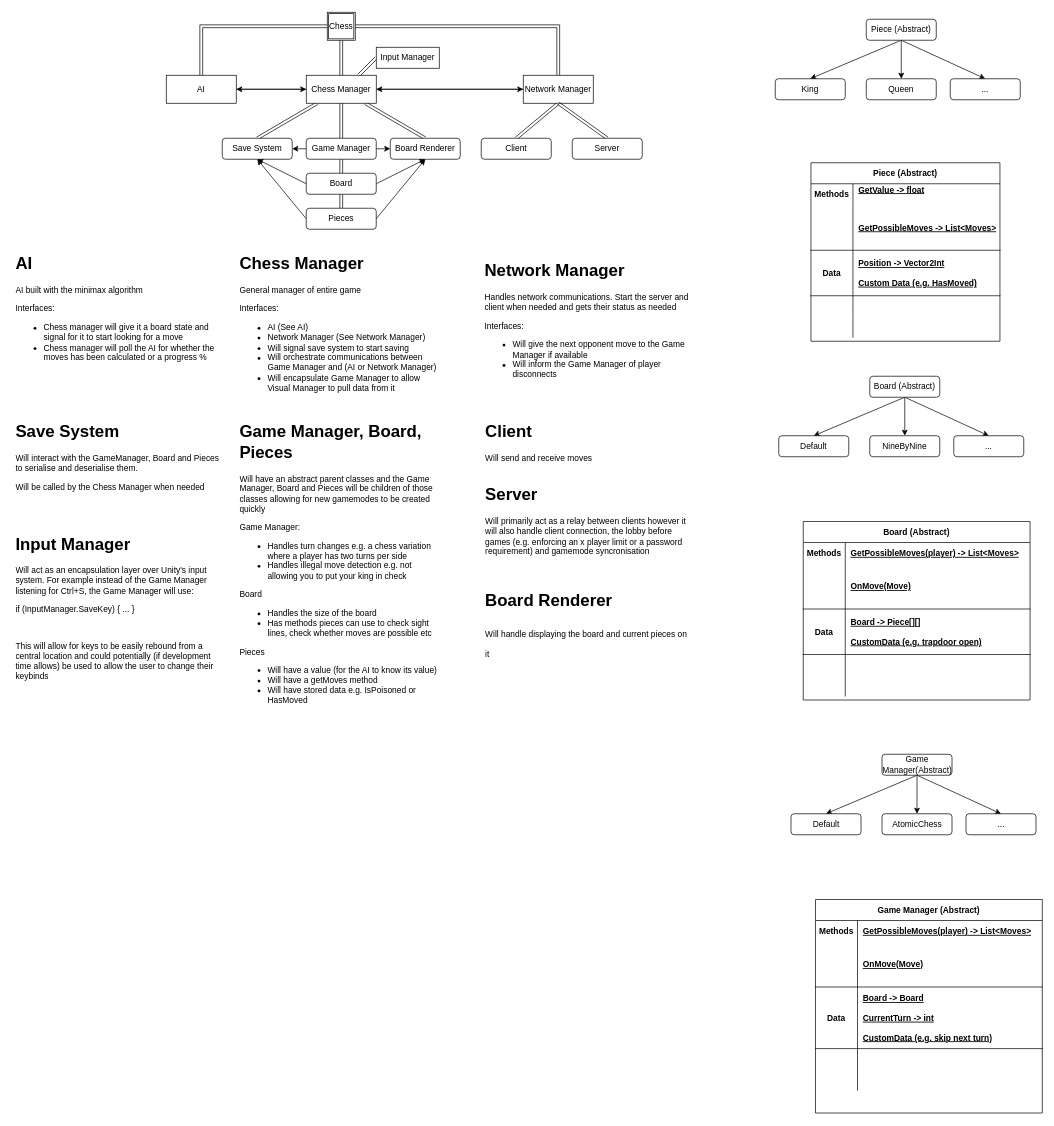
Robert-M-Lucas/NEA keeps this draw.io diagram as page "Overview" (1 of 5) of Plan Diagram (draw.io).drawio. Above is the earlier version. Source tidied: cells renumbered, new cells numbered last; positions are measured from the earlier drawing's top-left corner, leaving out a move shared by most shapes. Both pictures are drawn from the tidied source at 70%, with x=0, y=0 at pixel (12, 12).
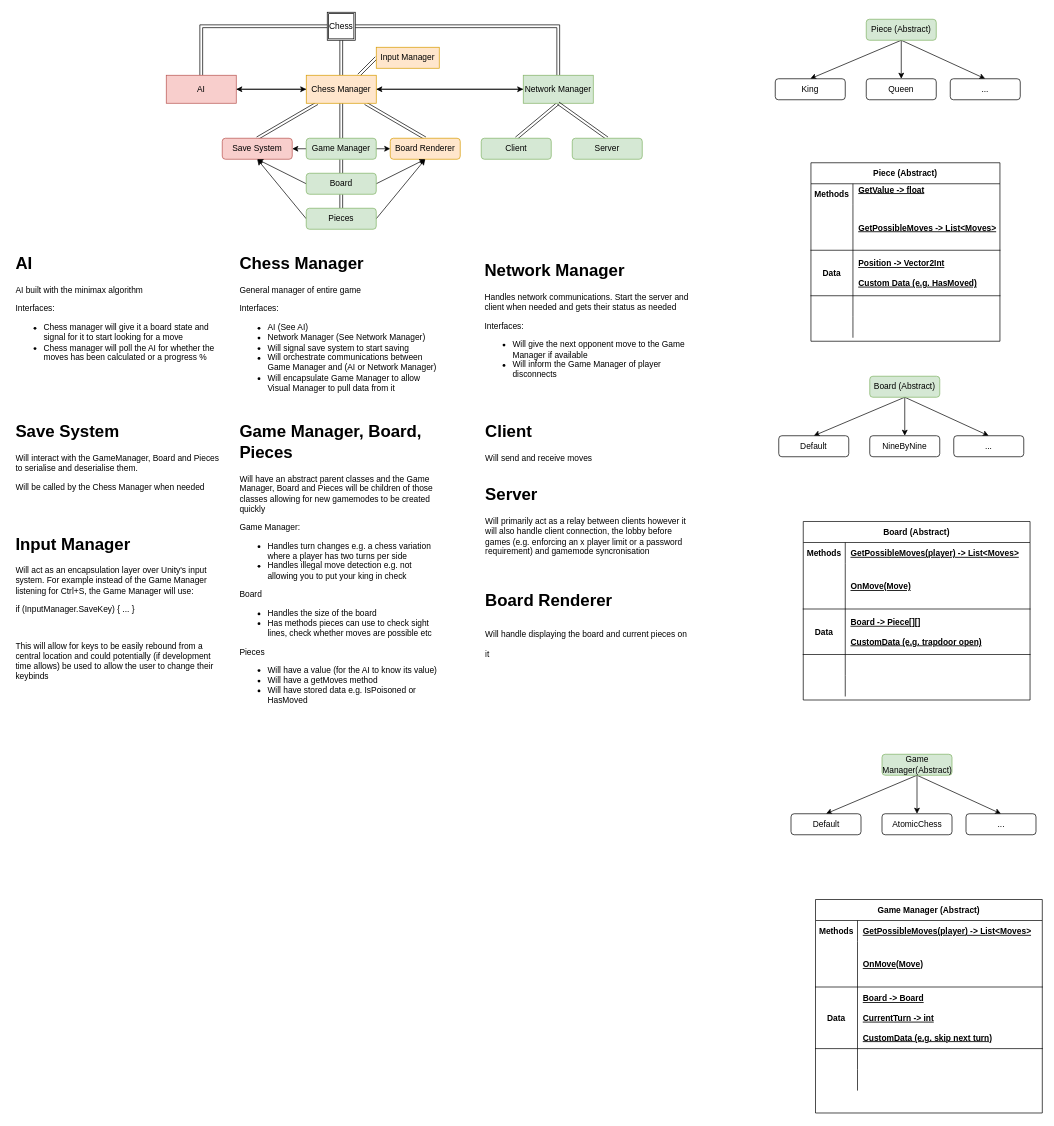
The same page after the edit.

Change to the diagram source:
```diff
@@
-    <mxCell id="12" value="Chess Manager" style="rounded=0;whiteSpace=wrap;html=1;" parent="1" vertex="1">
+    <mxCell id="12" value="Chess Manager" style="rounded=0;whiteSpace=wrap;html=1;fillColor=#ffe6cc;strokeColor=#d79b00;" parent="1" vertex="1">
       <mxGeometry x="420" y="90" width="100" height="40" as="geometry" />
     </mxCell>
@@
-    <mxCell id="14" value="AI" style="rounded=0;whiteSpace=wrap;html=1;" parent="1" vertex="1">
+    <mxCell id="14" value="AI" style="rounded=0;whiteSpace=wrap;html=1;fillColor=#f8cecc;strokeColor=#b85450;" parent="1" vertex="1">
       <mxGeometry x="220" y="90" width="100" height="40" as="geometry" />
     </mxCell>
@@
-    <mxCell id="17" value="Network Manager" style="rounded=0;whiteSpace=wrap;html=1;" parent="1" vertex="1">
+    <mxCell id="17" value="Network Manager" style="rounded=0;whiteSpace=wrap;html=1;fillColor=#d5e8d4;strokeColor=#82b366;" parent="1" vertex="1">
       <mxGeometry x="730" y="90" width="100" height="40" as="geometry" />
     </mxCell>
@@
-    <mxCell id="21" value="Game Manager" style="rounded=1;whiteSpace=wrap;html=1;" parent="1" vertex="1">
+    <mxCell id="21" value="Game Manager" style="rounded=1;whiteSpace=wrap;html=1;fillColor=#d5e8d4;strokeColor=#82b366;" parent="1" vertex="1">
       <mxGeometry x="420" y="180" width="100" height="30" as="geometry" />
     </mxCell>
-    <mxCell id="22" value="Save System" style="rounded=1;whiteSpace=wrap;html=1;" parent="1" vertex="1">
+    <mxCell id="22" value="Save System" style="rounded=1;whiteSpace=wrap;html=1;fillColor=#f8cecc;strokeColor=#b85450;" parent="1" vertex="1">
       <mxGeometry x="300" y="180" width="100" height="30" as="geometry" />
     </mxCell>
-    <mxCell id="23" value="Board Renderer" style="rounded=1;whiteSpace=wrap;html=1;" parent="1" vertex="1">
+    <mxCell id="23" value="Board Renderer" style="rounded=1;whiteSpace=wrap;html=1;fillColor=#ffe6cc;strokeColor=#d79b00;" parent="1" vertex="1">
       <mxGeometry x="540" y="180" width="100" height="30" as="geometry" />
     </mxCell>
@@
-    <mxCell id="28" value="Board" style="rounded=1;whiteSpace=wrap;html=1;" parent="1" vertex="1">
+    <mxCell id="28" value="Board" style="rounded=1;whiteSpace=wrap;html=1;fillColor=#d5e8d4;strokeColor=#82b366;" parent="1" vertex="1">
       <mxGeometry x="420" y="230" width="100" height="30" as="geometry" />
     </mxCell>
@@
-    <mxCell id="31" value="Pieces" style="rounded=1;whiteSpace=wrap;html=1;" parent="1" vertex="1">
+    <mxCell id="31" value="Pieces" style="rounded=1;whiteSpace=wrap;html=1;fillColor=#d5e8d4;strokeColor=#82b366;" parent="1" vertex="1">
       <mxGeometry x="420" y="280" width="100" height="30" as="geometry" />
     </mxCell>
-    <mxCell id="32" value="Client" style="rounded=1;whiteSpace=wrap;html=1;" parent="1" vertex="1">
+    <mxCell id="32" value="Client" style="rounded=1;whiteSpace=wrap;html=1;fillColor=#d5e8d4;strokeColor=#82b366;" parent="1" vertex="1">
       <mxGeometry x="670" y="180" width="100" height="30" as="geometry" />
     </mxCell>
@@
-    <mxCell id="34" value="Server" style="rounded=1;whiteSpace=wrap;html=1;" parent="1" vertex="1">
+    <mxCell id="34" value="Server" style="rounded=1;whiteSpace=wrap;html=1;fillColor=#d5e8d4;strokeColor=#82b366;" parent="1" vertex="1">
       <mxGeometry x="800" y="180" width="100" height="30" as="geometry" />
     </mxCell>
@@
-    <mxCell id="42" value="Input Manager" style="rounded=0;whiteSpace=wrap;html=1;" parent="1" vertex="1">
+    <mxCell id="42" value="Input Manager" style="rounded=0;whiteSpace=wrap;html=1;fillColor=#ffe6cc;strokeColor=#d79b00;" parent="1" vertex="1">
       <mxGeometry x="520" y="50" width="90" height="30" as="geometry" />
     </mxCell>
@@
-    <mxCell id="47" value="Piece (Abstract)" style="rounded=1;whiteSpace=wrap;html=1;" parent="1" vertex="1">
+    <mxCell id="47" value="Piece (Abstract)" style="rounded=1;whiteSpace=wrap;html=1;fillColor=#d5e8d4;strokeColor=#82b366;" parent="1" vertex="1">
       <mxGeometry x="1220" y="10" width="100" height="30" as="geometry" />
     </mxCell>
@@
-    <mxCell id="70" value="Board (Abstract)" style="rounded=1;whiteSpace=wrap;html=1;" parent="1" vertex="1">
+    <mxCell id="70" value="Board (Abstract)" style="rounded=1;whiteSpace=wrap;html=1;fillColor=#d5e8d4;strokeColor=#82b366;" parent="1" vertex="1">
       <mxGeometry x="1225" y="520" width="100" height="30" as="geometry" />
     </mxCell>
@@
-    <mxCell id="93" value="Game Manager(Abstract)" style="rounded=1;whiteSpace=wrap;html=1;" parent="1" vertex="1">
+    <mxCell id="93" value="Game Manager(Abstract)" style="rounded=1;whiteSpace=wrap;html=1;fillColor=#d5e8d4;strokeColor=#82b366;" parent="1" vertex="1">
       <mxGeometry x="1242.5" y="1060" width="100" height="30" as="geometry" />
     </mxCell>
```
